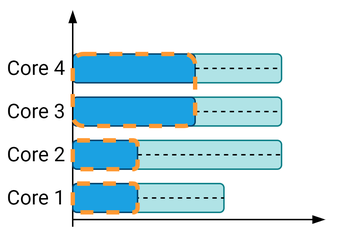
Above: Notes/TFM_presentations/final/figures/drawings/state_example_merged_4.png in jmigual/APATeoria (draw.io), before the change. Source tidied: cells renumbered, new cells last; positions are measured from the earlier drawing's top-left corner, leaving out a move shared by most shapes. Its diagram source:
```xml
<mxGraphModel math="1">
  <root>
    <mxCell id="0" />
    <mxCell id="1" parent="0" />
    <mxCell id="2" style="rounded=1;whiteSpace=wrap;html=1;align=center;fillColor=#b0e3e6;strokeColor=#0e8088;comic=0;fontSize=14;fontFamily=Roboto;FType=g;" parent="1" vertex="1">
      <mxGeometry x="75" y="120" width="80" height="20" as="geometry" />
    </mxCell>
    <mxCell id="3" value="Core 1" style="text;html=1;strokeColor=none;fillColor=none;align=center;verticalAlign=middle;whiteSpace=wrap;rounded=0;fontSize=14;fontColor=#000000;fontFamily=Roboto;FType=g;" parent="1" vertex="1">
      <mxGeometry y="120" width="50" height="20" as="geometry" />
    </mxCell>
    <mxCell id="4" value="Core 2" style="text;html=1;strokeColor=none;fillColor=none;align=center;verticalAlign=middle;whiteSpace=wrap;rounded=0;fontSize=14;fontColor=#000000;fontFamily=Roboto;FType=g;" parent="1" vertex="1">
      <mxGeometry y="90" width="50" height="20" as="geometry" />
    </mxCell>
    <mxCell id="5" value="Core 3" style="text;html=1;strokeColor=none;fillColor=none;align=center;verticalAlign=middle;whiteSpace=wrap;rounded=0;fontSize=14;fontColor=#000000;fontFamily=Roboto;FType=g;" parent="1" vertex="1">
      <mxGeometry y="60" width="50" height="20" as="geometry" />
    </mxCell>
    <mxCell id="6" style="endArrow=blockThin;html=1;endFill=1;fontFamily=Roboto;FType=g;" parent="1" edge="1">
      <mxGeometry relative="1" as="geometry">
        <mxPoint x="50" y="145" as="sourcePoint" />
        <mxPoint x="225" y="145" as="targetPoint" />
      </mxGeometry>
    </mxCell>
    <mxCell id="7" value="Core 4" style="text;html=1;strokeColor=none;fillColor=none;align=center;verticalAlign=middle;whiteSpace=wrap;rounded=0;fontSize=14;fontColor=#000000;fontFamily=Roboto;FType=g;" parent="1" vertex="1">
      <mxGeometry y="30" width="50" height="20" as="geometry" />
    </mxCell>
    <mxCell id="8" style="endArrow=none;dashed=1;html=1;entryX=1;entryY=0.5;entryDx=0;entryDy=0;exitX=0;exitY=0.5;exitDx=0;exitDy=0;" parent="1" edge="1" source="2" target="2">
      <mxGeometry relative="1" as="geometry" />
    </mxCell>
    <mxCell id="9" style="rounded=1;whiteSpace=wrap;html=1;align=center;fillColor=#b0e3e6;strokeColor=#0e8088;comic=0;fontSize=14;fontFamily=Roboto;FType=g;" parent="1" vertex="1">
      <mxGeometry x="65" y="90" width="130" height="20" as="geometry" />
    </mxCell>
    <mxCell id="10" style="endArrow=none;dashed=1;html=1;entryX=1;entryY=0.5;entryDx=0;entryDy=0;exitX=1;exitY=0.5;exitDx=0;exitDy=0;" parent="1" edge="1" source="19" target="9">
      <mxGeometry relative="1" as="geometry" />
    </mxCell>
    <mxCell id="11" style="rounded=1;whiteSpace=wrap;html=1;align=center;fillColor=#b0e3e6;strokeColor=#0e8088;comic=0;fontSize=14;fontFamily=Roboto;FType=g;" parent="1" vertex="1">
      <mxGeometry x="65" y="60" width="130" height="20" as="geometry" />
    </mxCell>
    <mxCell id="12" style="rounded=1;whiteSpace=wrap;html=1;align=center;fillColor=#1ba1e2;fontColor=#ffffff;comic=0;fontSize=14;fontFamily=Roboto;FType=g;strokeColor=#00456E;" parent="1" vertex="1">
      <mxGeometry x="50" y="60" width="85" height="20" as="geometry" />
    </mxCell>
    <mxCell id="13" style="endArrow=none;dashed=1;html=1;entryX=1;entryY=0.5;entryDx=0;entryDy=0;exitX=1;exitY=0.5;exitDx=0;exitDy=0;" parent="1" edge="1" source="12" target="11">
      <mxGeometry relative="1" as="geometry" />
    </mxCell>
    <mxCell id="14" style="rounded=1;whiteSpace=wrap;html=1;align=center;fillColor=#b0e3e6;strokeColor=#0e8088;comic=0;fontSize=14;fontFamily=Roboto;FType=g;" parent="1" vertex="1">
      <mxGeometry x="115" y="30" width="80" height="20" as="geometry" />
    </mxCell>
    <mxCell id="15" style="rounded=1;whiteSpace=wrap;html=1;align=center;fillColor=#1ba1e2;fontColor=#ffffff;comic=0;fontSize=14;fontFamily=Roboto;FType=g;strokeColor=#00456E;" parent="1" vertex="1">
      <mxGeometry x="50" y="30" width="85" height="20" as="geometry" />
    </mxCell>
    <mxCell id="16" style="endArrow=none;dashed=1;html=1;entryX=1;entryY=0.5;entryDx=0;entryDy=0;exitX=1;exitY=0.5;exitDx=0;exitDy=0;" parent="1" edge="1" source="15" target="14">
      <mxGeometry relative="1" as="geometry" />
    </mxCell>
    <mxCell id="17" style="endArrow=blockThin;html=1;strokeColor=#000000;endFill=1;exitX=0.5;exitY=0;exitDx=0;exitDy=0;fontFamily=Roboto;FType=g;" parent="1" edge="1">
      <mxGeometry relative="1" as="geometry">
        <mxPoint x="50" y="150" as="sourcePoint" />
        <mxPoint x="50" as="targetPoint" />
      </mxGeometry>
    </mxCell>
    <mxCell id="18" style="rounded=1;whiteSpace=wrap;html=1;align=center;fillColor=#1ba1e2;fontColor=#ffffff;comic=0;fontSize=14;fontFamily=Roboto;FType=g;strokeColor=#00456E;" parent="1" vertex="1">
      <mxGeometry x="50" y="120" width="45" height="20" as="geometry" />
    </mxCell>
    <mxCell id="19" style="rounded=1;whiteSpace=wrap;html=1;align=center;fillColor=#1ba1e2;fontColor=#ffffff;comic=0;fontSize=14;fontFamily=Roboto;FType=g;strokeColor=#00456E;" parent="1" vertex="1">
      <mxGeometry x="50" y="90" width="45" height="20" as="geometry" />
    </mxCell>
    <mxCell id="20" style="rounded=1;whiteSpace=wrap;html=1;fillColor=none;strokeColor=#FF9933;strokeWidth=3;dashed=1;" parent="1" vertex="1">
      <mxGeometry x="50" y="30" width="85" height="50" as="geometry" />
    </mxCell>
    <mxCell id="21" style="rounded=1;whiteSpace=wrap;html=1;fillColor=none;strokeColor=#FF9933;strokeWidth=3;dashed=1;" parent="1" vertex="1">
      <mxGeometry x="50" y="90" width="45" height="20" as="geometry" />
    </mxCell>
    <mxCell id="22" style="rounded=1;whiteSpace=wrap;html=1;fillColor=none;strokeColor=#FF9933;strokeWidth=3;dashed=1;" parent="1" vertex="1">
      <mxGeometry x="50" y="120" width="45" height="20" as="geometry" />
    </mxCell>
  </root>
</mxGraphModel>
```
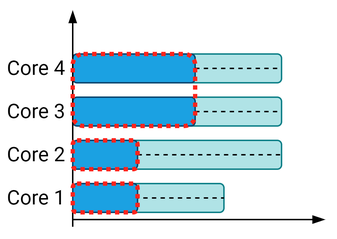
After the commit.

What changed in the source:
```diff
@@ -62,13 +62,13 @@
     <mxCell id="19" style="rounded=1;whiteSpace=wrap;html=1;align=center;fillColor=#1ba1e2;fontColor=#ffffff;comic=0;fontSize=14;fontFamily=Roboto;FType=g;strokeColor=#00456E;" parent="1" vertex="1">
       <mxGeometry x="50" y="90" width="45" height="20" as="geometry" />
     </mxCell>
-    <mxCell id="20" style="rounded=1;whiteSpace=wrap;html=1;fillColor=none;strokeColor=#FF9933;strokeWidth=3;dashed=1;" parent="1" vertex="1">
+    <mxCell id="20" style="rounded=1;whiteSpace=wrap;html=1;fillColor=none;strokeWidth=3;dashed=1;strokeColor=#FF241C;perimeterSpacing=0;dashPattern=1 1;" parent="1" vertex="1">
       <mxGeometry x="50" y="30" width="85" height="50" as="geometry" />
     </mxCell>
-    <mxCell id="21" style="rounded=1;whiteSpace=wrap;html=1;fillColor=none;strokeColor=#FF9933;strokeWidth=3;dashed=1;" parent="1" vertex="1">
+    <mxCell id="21" style="rounded=1;whiteSpace=wrap;html=1;fillColor=none;strokeWidth=3;dashed=1;strokeColor=#FF241C;perimeterSpacing=0;dashPattern=1 1;" parent="1" vertex="1">
       <mxGeometry x="50" y="90" width="45" height="20" as="geometry" />
     </mxCell>
-    <mxCell id="22" style="rounded=1;whiteSpace=wrap;html=1;fillColor=none;strokeColor=#FF9933;strokeWidth=3;dashed=1;" parent="1" vertex="1">
+    <mxCell id="22" style="rounded=1;whiteSpace=wrap;html=1;fillColor=none;strokeWidth=3;dashed=1;strokeColor=#FF241C;perimeterSpacing=0;dashPattern=1 1;" parent="1" vertex="1">
       <mxGeometry x="50" y="120" width="45" height="20" as="geometry" />
     </mxCell>
   </root>
```
